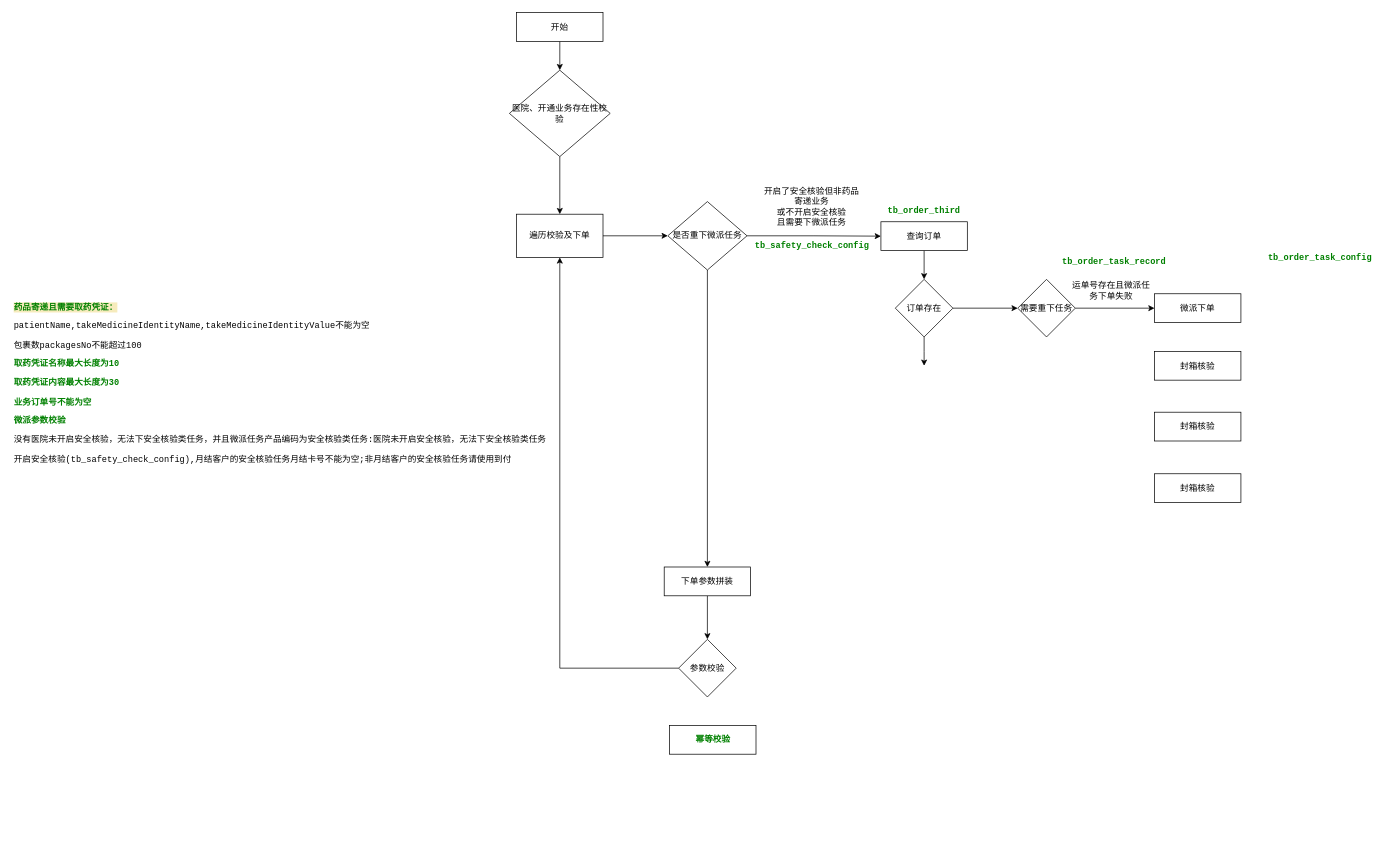
Before: 医寄通直连订单下单.drawio in vvhard/draw_io, a draw.io diagram. Source tidied: cells renumbered, new cells numbered last; positions are measured from the earlier drawing's top-left corner, leaving out a move shared by most shapes. Both pictures are drawn from the tidied source at 72%, with x=0, y=0 at pixel (12, 12).
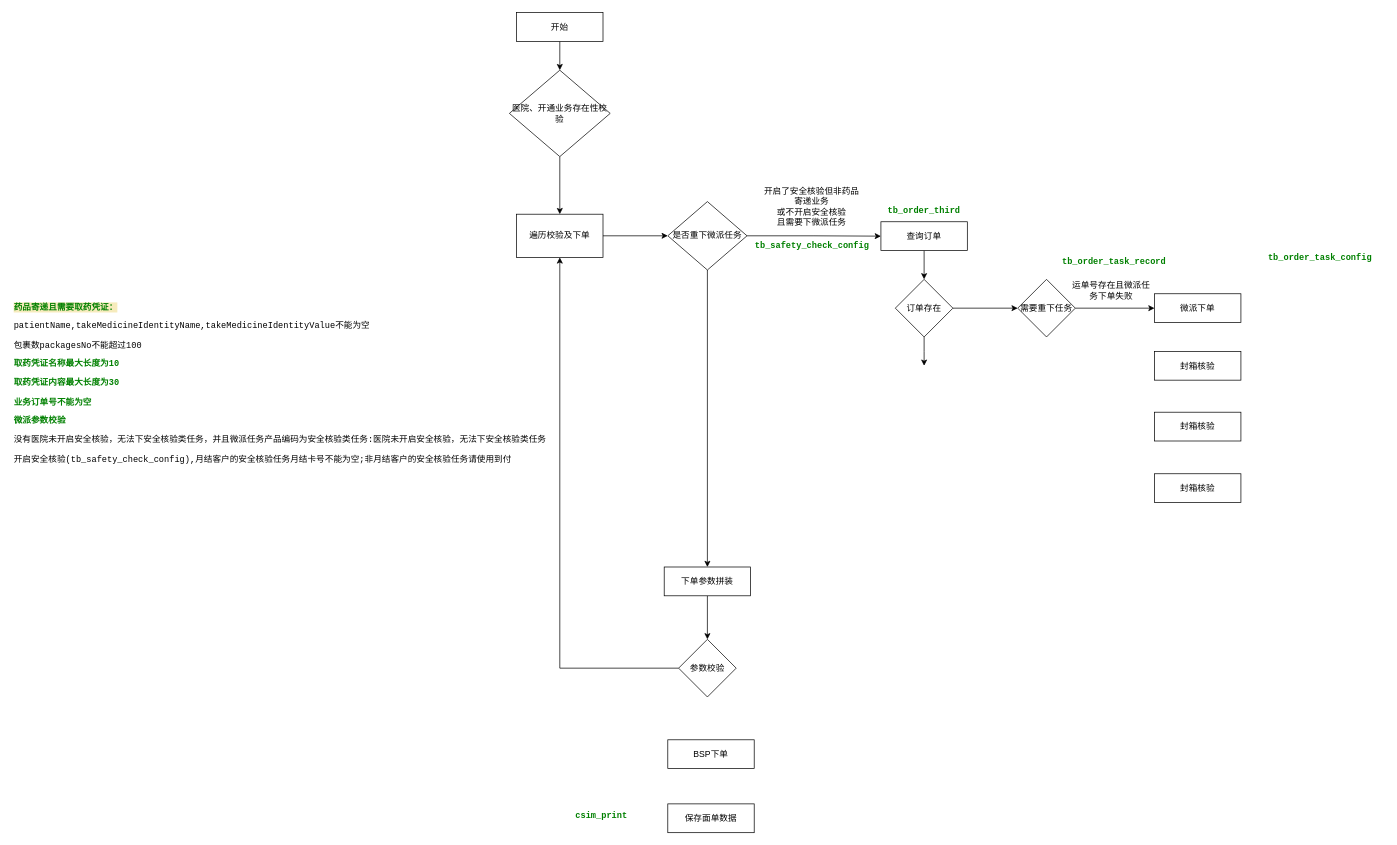
The same page after the edit.

Commit message:
更新直连订单下单.drawio

What changed in the source:
```diff
@@
-    <mxCell id="33" value="&lt;font face=&quot;Courier New&quot; color=&quot;#008000&quot;&gt;&lt;span style=&quot;background-color: rgb(255, 255, 255);&quot;&gt;&lt;b&gt;幂等校验&lt;/b&gt;&lt;/span&gt;&lt;/font&gt;" style="rounded=0;whiteSpace=wrap;html=1;" parent="1" vertex="1">
-      <mxGeometry x="912.5" y="990" width="120" height="40" as="geometry" />
-    </mxCell>
+    <mxCell id="34" value="BSP下单" style="rounded=0;whiteSpace=wrap;html=1;" parent="1" vertex="1">
+      <mxGeometry x="910" y="1010" width="120" height="40" as="geometry" />
+    </mxCell>
+    <mxCell id="35" value="保存面单数据" style="rounded=0;whiteSpace=wrap;html=1;" parent="1" vertex="1">
+      <mxGeometry x="910" y="1099" width="120" height="40" as="geometry" />
+    </mxCell>
+    <mxCell id="36" value="&lt;pre style=&quot;background-color:#ffffff;color:#000000;font-family:'Courier New';font-size:9.0pt;&quot;&gt;&lt;span style=&quot;color:#008000;font-weight:bold;&quot;&gt;csim_print&lt;/span&gt;&lt;/pre&gt;" style="text;whiteSpace=wrap;html=1;" parent="1" vertex="1">
+      <mxGeometry x="780" y="1090" width="110" height="30" as="geometry" />
+    </mxCell>
```
